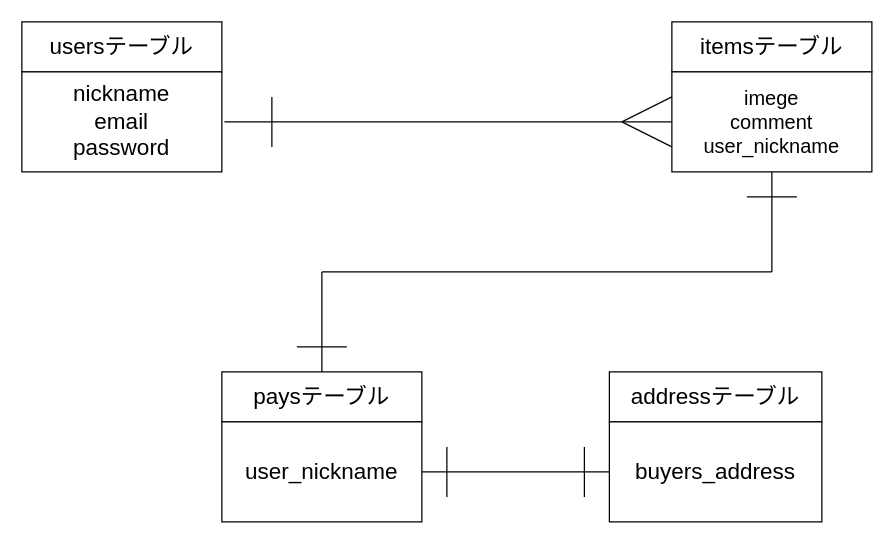
maduya/furima-28123 keeps this draw.io diagram as test.dio. Above is the earlier version. Source tidied: cells renumbered, new cells numbered last; positions are measured from the earlier drawing's top-left corner, leaving out a move shared by most shapes. Both pictures are drawn from the tidied source at 125%, with x=0, y=0 at pixel (21, 21).
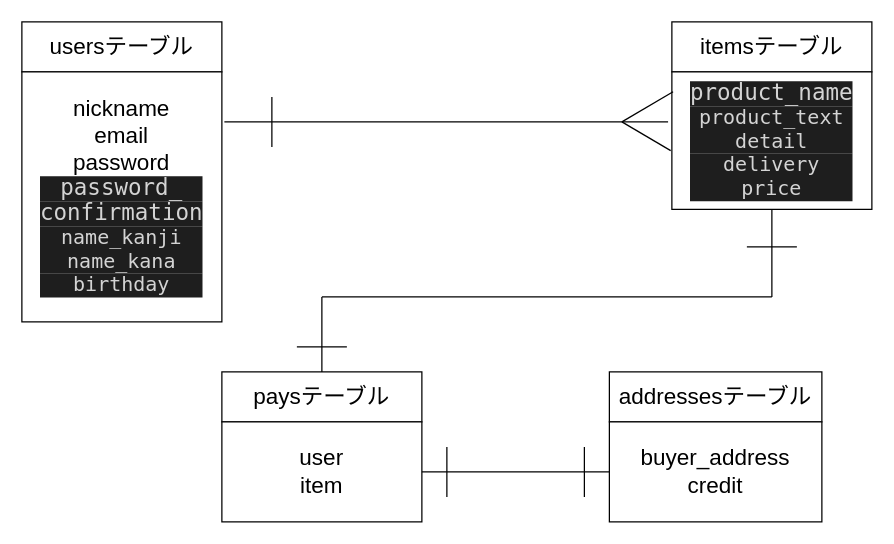
The same page after the edit.

Commit message (it also covers changes not shown here):
テーブルの作成ー修正1度目

The change refers to these unchanged cells:
```xml
<mxCell id="6" value="&lt;font style=&quot;font-size: 18px&quot;&gt;paysテーブル&lt;/font&gt;" style="rounded=0;whiteSpace=wrap;html=1;" parent="1" vertex="1">
  <mxGeometry x="160" y="280" width="160" height="40" as="geometry" />
</mxCell>
```

Change to the diagram source:
```diff
@@
-    <mxCell id="3" value="&lt;font style=&quot;font-size: 18px&quot;&gt;nickname&lt;br&gt;email&lt;br&gt;password&lt;br&gt;&lt;/font&gt;" style="rounded=0;whiteSpace=wrap;html=1;" parent="1" vertex="1">
-      <mxGeometry y="40" width="160" height="80" as="geometry" />
+    <mxCell id="3" value="&lt;font&gt;&lt;span style=&quot;font-size: 18px&quot;&gt;nickname&lt;/span&gt;&lt;br&gt;&lt;span style=&quot;font-size: 18px&quot;&gt;email&lt;/span&gt;&lt;br&gt;&lt;span style=&quot;font-size: 18px&quot;&gt;password&lt;/span&gt;&lt;br&gt;&lt;div style=&quot;color: rgb(212 , 212 , 212) ; background-color: rgb(30 , 30 , 30) ; font-family: &amp;#34;menlo&amp;#34; , &amp;#34;monaco&amp;#34; , &amp;#34;courier new&amp;#34; , monospace ; line-height: 18px&quot;&gt;&lt;font style=&quot;font-size: 18px&quot;&gt;password_&lt;/font&gt;&lt;/div&gt;&lt;div style=&quot;color: rgb(212 , 212 , 212) ; background-color: rgb(30 , 30 , 30) ; font-family: &amp;#34;menlo&amp;#34; , &amp;#34;monaco&amp;#34; , &amp;#34;courier new&amp;#34; , monospace ; line-height: 18px&quot;&gt;&lt;font style=&quot;font-size: 18px&quot;&gt;confirmation&lt;/font&gt;&lt;/div&gt;&lt;div style=&quot;color: rgb(212 , 212 , 212) ; background-color: rgb(30 , 30 , 30) ; font-family: &amp;#34;menlo&amp;#34; , &amp;#34;monaco&amp;#34; , &amp;#34;courier new&amp;#34; , monospace ; line-height: 18px&quot;&gt;&lt;font size=&quot;3&quot;&gt;name_kanji&lt;/font&gt;&lt;/div&gt;&lt;div style=&quot;color: rgb(212 , 212 , 212) ; background-color: rgb(30 , 30 , 30) ; font-family: &amp;#34;menlo&amp;#34; , &amp;#34;monaco&amp;#34; , &amp;#34;courier new&amp;#34; , monospace ; line-height: 18px&quot;&gt;&lt;font size=&quot;3&quot;&gt;name_kana&lt;/font&gt;&lt;/div&gt;&lt;div style=&quot;color: rgb(212 , 212 , 212) ; background-color: rgb(30 , 30 , 30) ; font-family: &amp;#34;menlo&amp;#34; , &amp;#34;monaco&amp;#34; , &amp;#34;courier new&amp;#34; , monospace ; line-height: 18px&quot;&gt;&lt;font size=&quot;3&quot;&gt;birthday&lt;/font&gt;&lt;/div&gt;&lt;/font&gt;" style="rounded=0;whiteSpace=wrap;html=1;" parent="1" vertex="1">
+      <mxGeometry y="40" width="160" height="200" as="geometry" />
     </mxCell>
@@
-    <mxCell id="5" value="&lt;font size=&quot;3&quot;&gt;imege&lt;br&gt;comment&lt;br&gt;user_nickname&lt;br&gt;&lt;/font&gt;" style="rounded=0;whiteSpace=wrap;html=1;" parent="1" vertex="1">
-      <mxGeometry x="520" y="40" width="160" height="80" as="geometry" />
+    <mxCell id="5" value="&lt;div style=&quot;color: rgb(212 , 212 , 212) ; background-color: rgb(30 , 30 , 30) ; font-family: &amp;#34;menlo&amp;#34; , &amp;#34;monaco&amp;#34; , &amp;#34;courier new&amp;#34; , monospace ; line-height: 18px&quot;&gt;&lt;font style=&quot;font-size: 18px&quot;&gt;product_name&lt;/font&gt;&lt;/div&gt;&lt;div style=&quot;color: rgb(212 , 212 , 212) ; background-color: rgb(30 , 30 , 30) ; font-family: &amp;#34;menlo&amp;#34; , &amp;#34;monaco&amp;#34; , &amp;#34;courier new&amp;#34; , monospace ; line-height: 18px&quot;&gt;&lt;font size=&quot;3&quot;&gt;product_text&lt;/font&gt;&lt;/div&gt;&lt;div style=&quot;color: rgb(212 , 212 , 212) ; background-color: rgb(30 , 30 , 30) ; font-family: &amp;#34;menlo&amp;#34; , &amp;#34;monaco&amp;#34; , &amp;#34;courier new&amp;#34; , monospace ; line-height: 18px&quot;&gt;&lt;font size=&quot;3&quot;&gt;detail&lt;/font&gt;&lt;/div&gt;&lt;div style=&quot;color: rgb(212 , 212 , 212) ; background-color: rgb(30 , 30 , 30) ; font-family: &amp;#34;menlo&amp;#34; , &amp;#34;monaco&amp;#34; , &amp;#34;courier new&amp;#34; , monospace ; line-height: 18px&quot;&gt;&lt;div style=&quot;line-height: 18px&quot;&gt;&lt;font size=&quot;3&quot;&gt;delivery&lt;/font&gt;&lt;/div&gt;&lt;div style=&quot;line-height: 18px&quot;&gt;&lt;div style=&quot;line-height: 18px&quot;&gt;&lt;font size=&quot;3&quot;&gt;price&lt;/font&gt;&lt;/div&gt;&lt;/div&gt;&lt;/div&gt;" style="rounded=0;whiteSpace=wrap;html=1;" parent="1" vertex="1">
+      <mxGeometry x="520" y="40" width="160" height="110" as="geometry" />
     </mxCell>
@@
-    <mxCell id="7" value="&lt;font style=&quot;font-size: 18px&quot;&gt;user_nickname&lt;/font&gt;" style="rounded=0;whiteSpace=wrap;html=1;" parent="1" vertex="1">
+    <mxCell id="7" value="&lt;font style=&quot;font-size: 18px&quot;&gt;user&lt;br&gt;item&lt;br&gt;&lt;/font&gt;" style="rounded=0;whiteSpace=wrap;html=1;" parent="1" vertex="1">
       <mxGeometry x="160" y="320" width="160" height="80" as="geometry" />
     </mxCell>
-    <mxCell id="8" value="&lt;font style=&quot;font-size: 18px&quot;&gt;addressテーブル&lt;/font&gt;" style="rounded=0;whiteSpace=wrap;html=1;" parent="1" vertex="1">
+    <mxCell id="8" value="&lt;font style=&quot;font-size: 18px&quot;&gt;addressesテーブル&lt;/font&gt;" style="rounded=0;whiteSpace=wrap;html=1;" parent="1" vertex="1">
       <mxGeometry x="470" y="280" width="170" height="40" as="geometry" />
     </mxCell>
-    <mxCell id="9" value="&lt;font style=&quot;font-size: 18px&quot;&gt;buyers_address&lt;/font&gt;" style="rounded=0;whiteSpace=wrap;html=1;" parent="1" vertex="1">
+    <mxCell id="9" value="&lt;font style=&quot;font-size: 18px&quot;&gt;buyer_address&lt;br&gt;credit&lt;br&gt;&lt;/font&gt;" style="rounded=0;whiteSpace=wrap;html=1;" parent="1" vertex="1">
       <mxGeometry x="470" y="320" width="170" height="80" as="geometry" />
     </mxCell>
-    <mxCell id="10" style="endArrow=none;html=1;entryX=0;entryY=0.5;entryDx=0;entryDy=0;" parent="1" edge="1" target="5">
+    <mxCell id="10" style="endArrow=none;html=1;entryX=-0.019;entryY=0.364;entryDx=0;entryDy=0;entryPerimeter=0;" parent="1" edge="1" target="5">
       <mxGeometry relative="1" as="geometry">
         <mxPoint x="162" y="80" as="sourcePoint" />
       </mxGeometry>
     </mxCell>
-    <mxCell id="11" style="endArrow=none;html=1;entryX=0;entryY=0.75;entryDx=0;entryDy=0;" parent="1" edge="1" target="5">
+    <mxCell id="11" style="endArrow=none;html=1;entryX=-0.006;entryY=0.573;entryDx=0;entryDy=0;entryPerimeter=0;" parent="1" edge="1" target="5">
       <mxGeometry relative="1" as="geometry">
         <mxPoint x="480" y="80" as="sourcePoint" />
       </mxGeometry>
     </mxCell>
-    <mxCell id="12" style="endArrow=none;html=1;entryX=0;entryY=0.25;entryDx=0;entryDy=0;" parent="1" edge="1" target="5">
+    <mxCell id="12" style="endArrow=none;html=1;entryX=0.006;entryY=0.145;entryDx=0;entryDy=0;entryPerimeter=0;" parent="1" edge="1" target="5">
       <mxGeometry relative="1" as="geometry">
         <mxPoint x="480" y="80" as="sourcePoint" />
       </mxGeometry>
     </mxCell>
@@
     <mxCell id="14" style="endArrow=none;html=1;entryX=0.5;entryY=1;entryDx=0;entryDy=0;" parent="1" edge="1" target="5">
       <mxGeometry relative="1" as="geometry">
-        <mxPoint x="600" y="200" as="sourcePoint" />
+        <mxPoint x="600" y="220" as="sourcePoint" />
       </mxGeometry>
     </mxCell>
     <mxCell id="15" style="endArrow=none;html=1;" parent="1" edge="1">
       <mxGeometry relative="1" as="geometry">
-        <mxPoint x="240" y="200" as="sourcePoint" />
-        <mxPoint x="600" y="200" as="targetPoint" />
+        <mxPoint x="240" y="220" as="sourcePoint" />
+        <mxPoint x="600" y="220" as="targetPoint" />
       </mxGeometry>
     </mxCell>
     <mxCell id="16" style="endArrow=none;html=1;exitX=0.5;exitY=0;exitDx=0;exitDy=0;" parent="1" edge="1" source="6">
       <mxGeometry relative="1" as="geometry">
-        <mxPoint x="240" y="200" as="targetPoint" />
+        <mxPoint x="240" y="220" as="targetPoint" />
       </mxGeometry>
     </mxCell>
     <mxCell id="17" style="endArrow=none;html=1;" parent="1" edge="1">
       <mxGeometry relative="1" as="geometry">
-        <mxPoint x="580" y="140" as="sourcePoint" />
-        <mxPoint x="620" y="140" as="targetPoint" />
+        <mxPoint x="580" y="180" as="sourcePoint" />
+        <mxPoint x="620" y="180" as="targetPoint" />
       </mxGeometry>
     </mxCell>
```
